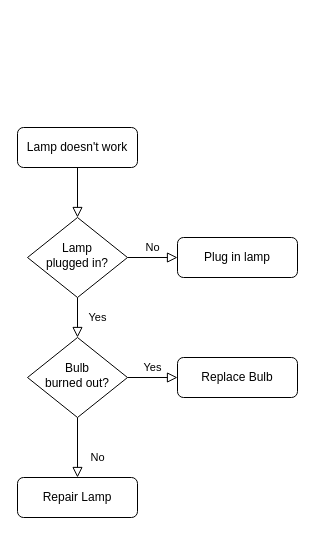
Earlier version of the draw.io diagram Diagramma senza titolo.drawio (ambraierardi/assignment_2_2023). Source tidied: cells renumbered, new cells numbered last; positions are measured from the earlier drawing's top-left corner, leaving out a move shared by most shapes. Both pictures are drawn from the tidied source at 100%, with x=0, y=0 at pixel (17, 127).
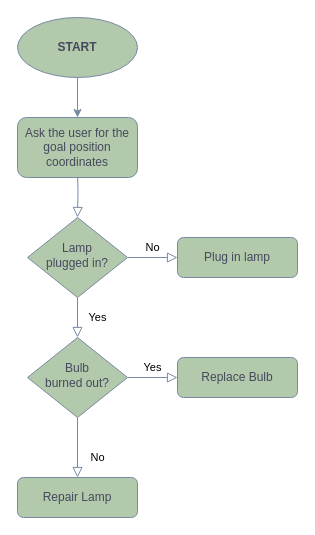
After the change.

Diff of the diagram source:
```diff
@@
-<mxGraphModel>
+<mxGraphModel background="#FFFFFF">
   <root>
     <mxCell id="0" />
     <mxCell id="1" parent="0" />
-    <mxCell id="2" style="rounded=0;html=1;jettySize=auto;fontSize=11;endArrow=block;endFill=0;endSize=8;strokeWidth=1;shadow=0;labelBackgroundColor=none;edgeStyle=orthogonalEdgeStyle;" parent="1" edge="1" source="3" target="6">
-      <mxGeometry relative="1" as="geometry" />
+    <mxCell id="2" style="rounded=0;html=1;jettySize=auto;fontSize=11;endArrow=block;endFill=0;endSize=8;strokeWidth=1;shadow=0;labelBackgroundColor=none;edgeStyle=orthogonalEdgeStyle;strokeColor=#788AA3;fontColor=default;" parent="1" edge="1" target="6">
+      <mxGeometry relative="1" as="geometry">
+        <mxPoint x="60" y="40" as="sourcePoint" />
+      </mxGeometry>
     </mxCell>
-    <mxCell id="3" value="Lamp doesn't work" style="rounded=1;whiteSpace=wrap;html=1;fontSize=12;glass=0;strokeWidth=1;shadow=0;" parent="1" vertex="1">
-      <mxGeometry width="120" height="40" as="geometry" />
-    </mxCell>
-    <mxCell id="4" value="Yes" style="rounded=0;html=1;jettySize=auto;fontSize=11;endArrow=block;endFill=0;endSize=8;strokeWidth=1;shadow=0;labelBackgroundColor=none;edgeStyle=orthogonalEdgeStyle;" parent="1" edge="1" source="6" target="10">
+    <mxCell id="4" value="Yes" style="rounded=0;html=1;jettySize=auto;fontSize=11;endArrow=block;endFill=0;endSize=8;strokeWidth=1;shadow=0;labelBackgroundColor=none;edgeStyle=orthogonalEdgeStyle;strokeColor=#788AA3;fontColor=default;" parent="1" edge="1" source="6" target="10">
       <mxGeometry y="20" relative="1" as="geometry" />
     </mxCell>
-    <mxCell id="5" value="No" style="edgeStyle=orthogonalEdgeStyle;rounded=0;html=1;jettySize=auto;fontSize=11;endArrow=block;endFill=0;endSize=8;strokeWidth=1;shadow=0;labelBackgroundColor=none;" parent="1" edge="1" source="6" target="7">
+    <mxCell id="5" value="No" style="edgeStyle=orthogonalEdgeStyle;rounded=0;html=1;jettySize=auto;fontSize=11;endArrow=block;endFill=0;endSize=8;strokeWidth=1;shadow=0;labelBackgroundColor=none;strokeColor=#788AA3;fontColor=default;" parent="1" edge="1" source="6" target="7">
       <mxGeometry y="10" relative="1" as="geometry" />
     </mxCell>
-    <mxCell id="6" value="Lamp&lt;br&gt;plugged in?" style="rhombus;whiteSpace=wrap;html=1;shadow=0;fontFamily=Helvetica;fontSize=12;align=center;strokeWidth=1;spacing=6;spacingTop=-4;" parent="1" vertex="1">
+    <mxCell id="6" value="Lamp&lt;br&gt;plugged in?" style="rhombus;whiteSpace=wrap;html=1;shadow=0;fontFamily=Helvetica;fontSize=12;align=center;strokeWidth=1;spacing=6;spacingTop=-4;labelBackgroundColor=none;fillColor=#B2C9AB;strokeColor=#788AA3;fontColor=#46495D;" parent="1" vertex="1">
       <mxGeometry x="10" y="90" width="100" height="80" as="geometry" />
     </mxCell>
-    <mxCell id="7" value="Plug in lamp" style="rounded=1;whiteSpace=wrap;html=1;fontSize=12;glass=0;strokeWidth=1;shadow=0;" parent="1" vertex="1">
+    <mxCell id="7" value="Plug in lamp" style="rounded=1;whiteSpace=wrap;html=1;fontSize=12;glass=0;strokeWidth=1;shadow=0;labelBackgroundColor=none;fillColor=#B2C9AB;strokeColor=#788AA3;fontColor=#46495D;" parent="1" vertex="1">
       <mxGeometry x="160" y="110" width="120" height="40" as="geometry" />
     </mxCell>
-    <mxCell id="8" value="No" style="rounded=0;html=1;jettySize=auto;fontSize=11;endArrow=block;endFill=0;endSize=8;strokeWidth=1;shadow=0;labelBackgroundColor=none;edgeStyle=orthogonalEdgeStyle;" parent="1" edge="1" source="10" target="11">
+    <mxCell id="8" value="No" style="rounded=0;html=1;jettySize=auto;fontSize=11;endArrow=block;endFill=0;endSize=8;strokeWidth=1;shadow=0;labelBackgroundColor=none;edgeStyle=orthogonalEdgeStyle;strokeColor=#788AA3;fontColor=default;" parent="1" edge="1" source="10" target="11">
       <mxGeometry x="0.33" y="20" relative="1" as="geometry" />
     </mxCell>
-    <mxCell id="9" value="Yes" style="edgeStyle=orthogonalEdgeStyle;rounded=0;html=1;jettySize=auto;fontSize=11;endArrow=block;endFill=0;endSize=8;strokeWidth=1;shadow=0;labelBackgroundColor=none;" parent="1" edge="1" source="10" target="12">
+    <mxCell id="9" value="Yes" style="edgeStyle=orthogonalEdgeStyle;rounded=0;html=1;jettySize=auto;fontSize=11;endArrow=block;endFill=0;endSize=8;strokeWidth=1;shadow=0;labelBackgroundColor=none;strokeColor=#788AA3;fontColor=default;" parent="1" edge="1" source="10" target="12">
       <mxGeometry y="10" relative="1" as="geometry" />
     </mxCell>
-    <mxCell id="10" value="Bulb&lt;br&gt;burned out?" style="rhombus;whiteSpace=wrap;html=1;shadow=0;fontFamily=Helvetica;fontSize=12;align=center;strokeWidth=1;spacing=6;spacingTop=-4;" parent="1" vertex="1">
+    <mxCell id="10" value="Bulb&lt;br&gt;burned out?" style="rhombus;whiteSpace=wrap;html=1;shadow=0;fontFamily=Helvetica;fontSize=12;align=center;strokeWidth=1;spacing=6;spacingTop=-4;labelBackgroundColor=none;fillColor=#B2C9AB;strokeColor=#788AA3;fontColor=#46495D;" parent="1" vertex="1">
       <mxGeometry x="10" y="210" width="100" height="80" as="geometry" />
     </mxCell>
-    <mxCell id="11" value="Repair Lamp" style="rounded=1;whiteSpace=wrap;html=1;fontSize=12;glass=0;strokeWidth=1;shadow=0;" parent="1" vertex="1">
+    <mxCell id="11" value="Repair Lamp" style="rounded=1;whiteSpace=wrap;html=1;fontSize=12;glass=0;strokeWidth=1;shadow=0;labelBackgroundColor=none;fillColor=#B2C9AB;strokeColor=#788AA3;fontColor=#46495D;" parent="1" vertex="1">
       <mxGeometry y="350" width="120" height="40" as="geometry" />
     </mxCell>
-    <mxCell id="12" value="Replace Bulb" style="rounded=1;whiteSpace=wrap;html=1;fontSize=12;glass=0;strokeWidth=1;shadow=0;" parent="1" vertex="1">
+    <mxCell id="12" value="Replace Bulb" style="rounded=1;whiteSpace=wrap;html=1;fontSize=12;glass=0;strokeWidth=1;shadow=0;labelBackgroundColor=none;fillColor=#B2C9AB;strokeColor=#788AA3;fontColor=#46495D;" parent="1" vertex="1">
       <mxGeometry x="160" y="230" width="120" height="40" as="geometry" />
     </mxCell>
+    <mxCell id="13" style="edgeStyle=orthogonalEdgeStyle;rounded=0;jettySize=auto;html=1;strokeColor=#788AA3;fontColor=#46495D;fillColor=#B2C9AB;" parent="1" edge="1" source="14" target="15">
+      <mxGeometry relative="1" as="geometry" />
+    </mxCell>
+    <mxCell id="14" value="&lt;b&gt;START&lt;br&gt;&lt;/b&gt;" style="ellipse;whiteSpace=wrap;html=1;strokeColor=#788AA3;fontColor=#46495D;fillColor=#B2C9AB;" parent="1" vertex="1">
+      <mxGeometry y="-110" width="120" height="60" as="geometry" />
+    </mxCell>
+    <mxCell id="15" value="Ask the user for the goal position coordinates" style="rounded=1;whiteSpace=wrap;html=1;fillColor=#B2C9AB;strokeColor=#788AA3;fontColor=#46495D;" parent="1" vertex="1">
+      <mxGeometry y="-10" width="120" height="60" as="geometry" />
+    </mxCell>
   </root>
 </mxGraphModel>
```
